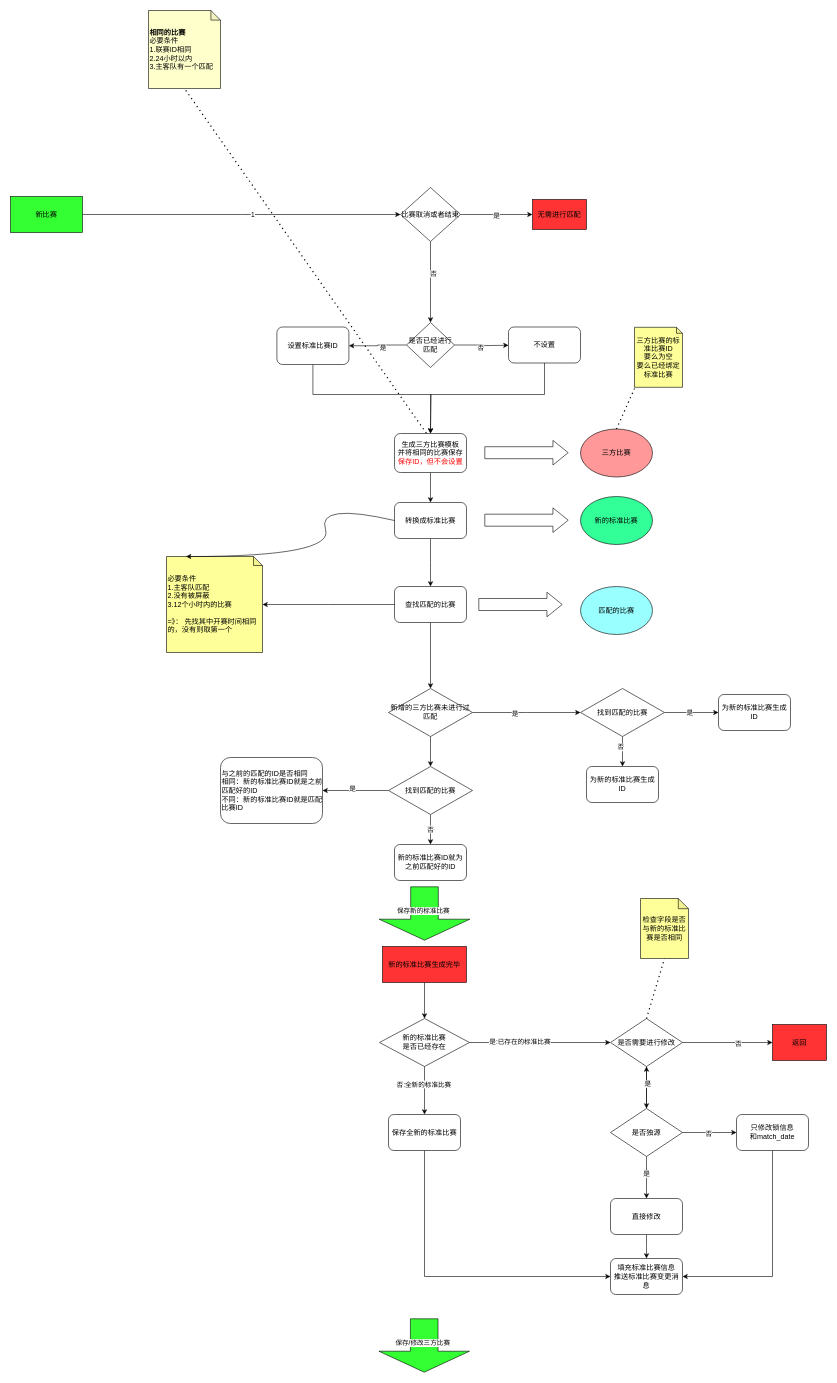
Before: 水机赛事匹配.drawio in HaivenZhang/draw-io-files, a draw.io diagram. Source tidied: cells renumbered, new cells numbered last; positions are measured from the earlier drawing's top-left corner, leaving out a move shared by most shapes. Both pictures are drawn from the tidied source at 60%, with x=0, y=0 at pixel (10, 10).
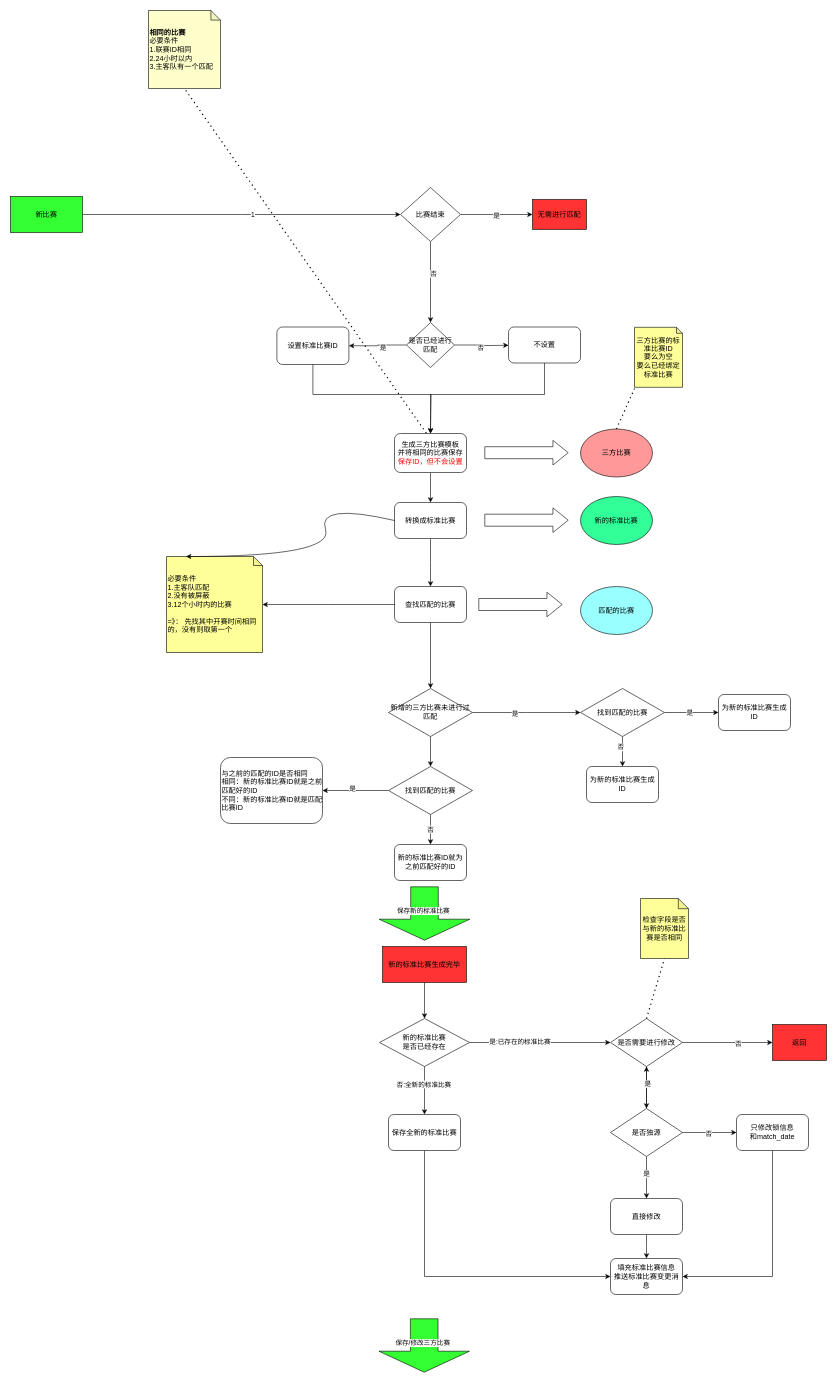
Above is the later version.

Commit message:
更新水机赛事匹配.drawio

The edit, as a diff of the source:
```diff
@@
-    <mxCell id="9" value="比赛取消或者结束" style="rhombus;whiteSpace=wrap;html=1;" parent="1" vertex="1">
+    <mxCell id="9" value="比赛结束" style="rhombus;whiteSpace=wrap;html=1;" parent="1" vertex="1">
       <mxGeometry x="650" y="295" width="100" height="90" as="geometry" />
     </mxCell>
```
